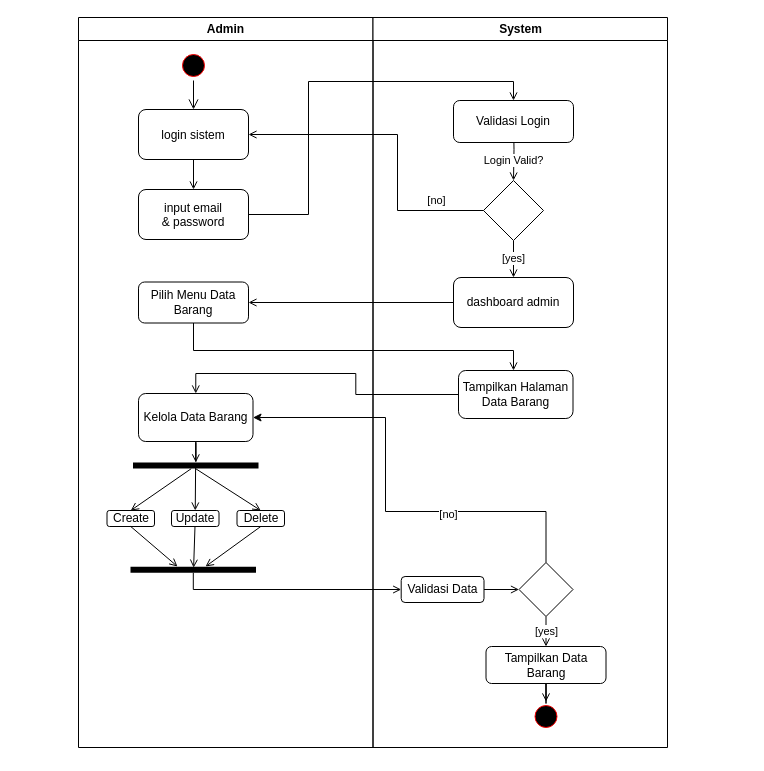
Before: page "CRUD data barang" (3 of 6) of Activity Diagram.drawio in wahyupambudi/skripsi-skom, a draw.io diagram. Source tidied: cells renumbered, new cells numbered last; positions are measured from the earlier drawing's top-left corner, leaving out a move shared by most shapes. Both pictures are drawn from the tidied source at 100%, with x=0, y=0 at pixel (17, 17).
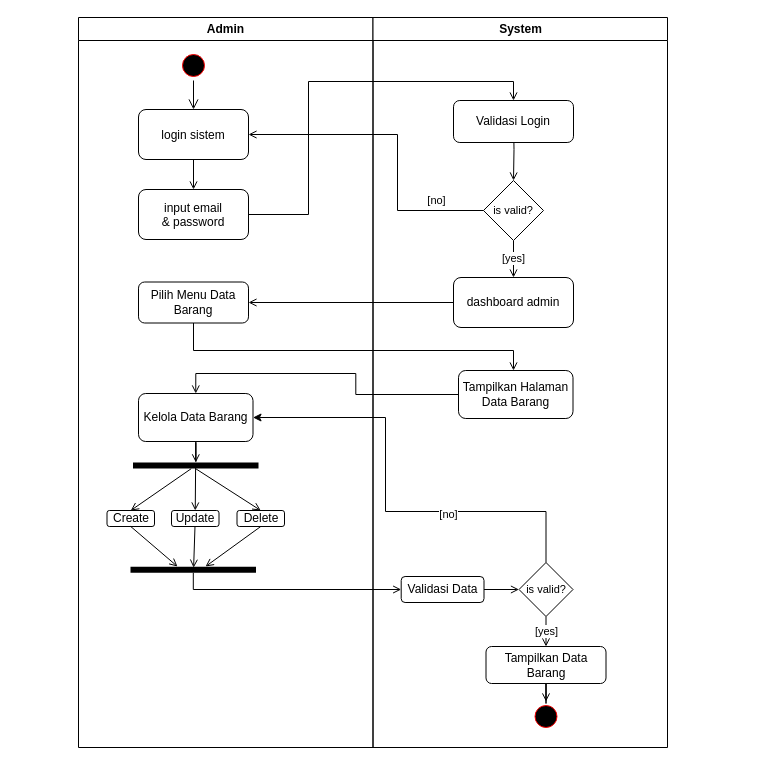
After the change.

Unchanged cells that the change refers to:
```xml
<mxCell id="23" value="System" style="swimlane;whiteSpace=wrap;" parent="2" vertex="1">
  <mxGeometry x="355.5" width="294.5" height="730" as="geometry" />
</mxCell>
```

Change to the diagram source:
```diff
@@
-    <mxCell id="25" style="rhombus;whiteSpace=wrap;html=1;fillColor=rgb(255, 255, 255);strokeColor=rgb(0, 0, 0);fontColor=rgb(0, 0, 0);rounded=0;" parent="23" vertex="1">
+    <mxCell id="25" value="&lt;font style=&quot;font-size: 11px;&quot;&gt;is valid?&lt;br&gt;&lt;/font&gt;" style="rhombus;whiteSpace=wrap;html=1;fillColor=rgb(255, 255, 255);strokeColor=rgb(0, 0, 0);fontColor=rgb(0, 0, 0);rounded=0;" parent="23" vertex="1">
       <mxGeometry x="110.5" y="163" width="60" height="60" as="geometry" />
     </mxCell>
-    <mxCell id="26" value="&lt;font style=&quot;font-size: 11px;&quot;&gt;Login Valid?&lt;/font&gt;" style="edgeStyle=orthogonalEdgeStyle;rounded=0;jettySize=auto;html=1;endArrow=open;endFill=0;" parent="23" edge="1" target="25">
+    <mxCell id="26" style="edgeStyle=orthogonalEdgeStyle;rounded=0;jettySize=auto;html=1;endArrow=open;endFill=0;" parent="23" edge="1" target="25">
       <mxGeometry x="0.37" relative="1" as="geometry">
         <mxPoint x="140.5" y="100" as="sourcePoint" />
       </mxGeometry>
     </mxCell>
@@
-    <mxCell id="34" style="rhombus;whiteSpace=wrap;html=1;fillColor=rgb(255, 255, 255);strokeColor=#000000;fontColor=rgb(0, 0, 0);strokeWidth=1;rounded=0;" parent="23" vertex="1">
+    <mxCell id="34" value="&lt;font style=&quot;font-size: 11px;&quot;&gt;is valid?&lt;br&gt;&lt;/font&gt;" style="rhombus;whiteSpace=wrap;html=1;fillColor=rgb(255, 255, 255);strokeColor=#000000;fontColor=rgb(0, 0, 0);strokeWidth=1;rounded=0;" parent="23" vertex="1">
       <mxGeometry x="146" y="545" width="54" height="54" as="geometry" />
     </mxCell>
```
